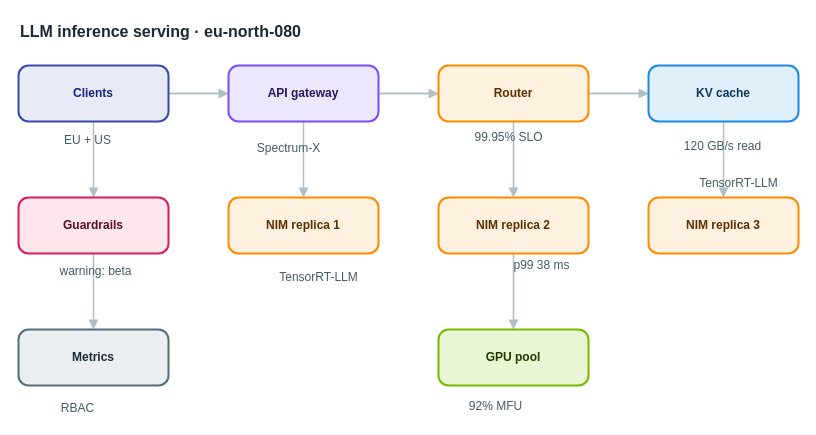
AryanG01/open-apprentice keeps this draw.io diagram as apps/web/public/samples/library/080-llm-inference-serving.drawio. Above is the earlier version. Source tidied: cells renumbered, new cells numbered last; positions are measured from the earlier drawing's top-left corner, leaving out a move shared by most shapes. Both pictures are drawn from the tidied source at 100%, with x=0, y=0 at pixel (18, 17).
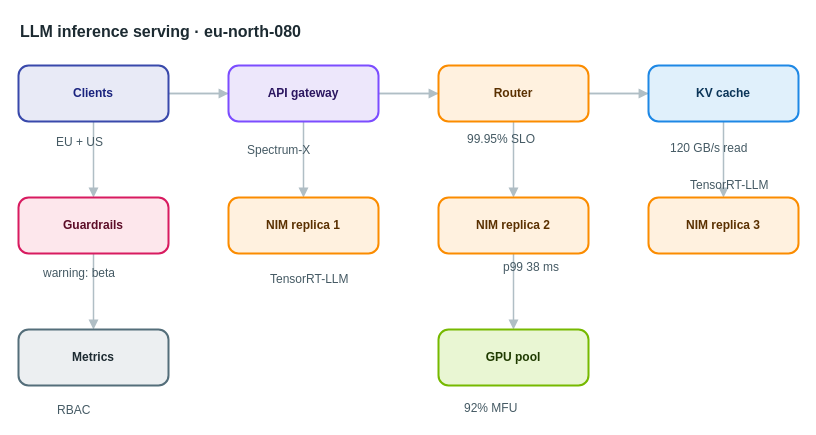
The same diagram, later.

What changed in the source:
```diff
@@
-    <mxCell id="22" value="EU + US" style="text;html=1;align=center;verticalAlign=middle;whiteSpace=nowrap;strokeColor=none;fillColor=none;fontSize=12;fontColor=#455a64;" parent="1" vertex="1">
+    <mxCell id="22" value="EU + US" style="text;html=1;align=left;verticalAlign=top;whiteSpace=nowrap;spacing=0;spacingTop=0;strokeColor=none;fillColor=none;fontSize=12;fontColor=#455a64;" parent="1" vertex="1">
       <mxGeometry x="38" y="113" width="61" height="20" as="geometry" />
     </mxCell>
-    <mxCell id="23" value="Spectrum-X" style="text;html=1;align=center;verticalAlign=middle;whiteSpace=nowrap;strokeColor=none;fillColor=none;fontSize=12;fontColor=#455a64;" parent="1" vertex="1">
+    <mxCell id="23" value="Spectrum-X" style="text;html=1;align=left;verticalAlign=top;whiteSpace=nowrap;spacing=0;spacingTop=0;strokeColor=none;fillColor=none;fontSize=12;fontColor=#455a64;" parent="1" vertex="1">
       <mxGeometry x="229" y="121" width="82" height="20" as="geometry" />
     </mxCell>
-    <mxCell id="24" value="99.95% SLO" style="text;html=1;align=center;verticalAlign=middle;whiteSpace=nowrap;strokeColor=none;fillColor=none;fontSize=12;fontColor=#455a64;" parent="1" vertex="1">
+    <mxCell id="24" value="99.95% SLO" style="text;html=1;align=left;verticalAlign=top;whiteSpace=nowrap;spacing=0;spacingTop=0;strokeColor=none;fillColor=none;fontSize=12;fontColor=#455a64;" parent="1" vertex="1">
       <mxGeometry x="449" y="110" width="82" height="20" as="geometry" />
     </mxCell>
-    <mxCell id="25" value="TensorRT-LLM" style="text;html=1;align=center;verticalAlign=middle;whiteSpace=nowrap;strokeColor=none;fillColor=none;fontSize=12;fontColor=#455a64;" parent="1" vertex="1">
+    <mxCell id="25" value="TensorRT-LLM" style="text;html=1;align=left;verticalAlign=top;whiteSpace=nowrap;spacing=0;spacingTop=0;strokeColor=none;fillColor=none;fontSize=12;fontColor=#455a64;" parent="1" vertex="1">
       <mxGeometry x="252" y="250" width="96" height="20" as="geometry" />
     </mxCell>
-    <mxCell id="26" value="p99 38 ms" style="text;html=1;align=center;verticalAlign=middle;whiteSpace=nowrap;strokeColor=none;fillColor=none;fontSize=12;fontColor=#455a64;" parent="1" vertex="1">
+    <mxCell id="26" value="p99 38 ms" style="text;html=1;align=left;verticalAlign=top;whiteSpace=nowrap;spacing=0;spacingTop=0;strokeColor=none;fillColor=none;fontSize=12;fontColor=#455a64;" parent="1" vertex="1">
       <mxGeometry x="485" y="238" width="75" height="20" as="geometry" />
     </mxCell>
-    <mxCell id="27" value="TensorRT-LLM" style="text;html=1;align=center;verticalAlign=middle;whiteSpace=nowrap;strokeColor=none;fillColor=none;fontSize=12;fontColor=#455a64;" parent="1" vertex="1">
+    <mxCell id="27" value="TensorRT-LLM" style="text;html=1;align=left;verticalAlign=top;whiteSpace=nowrap;spacing=0;spacingTop=0;strokeColor=none;fillColor=none;fontSize=12;fontColor=#455a64;" parent="1" vertex="1">
       <mxGeometry x="672" y="156" width="96" height="20" as="geometry" />
     </mxCell>
-    <mxCell id="28" value="120 GB/s read" style="text;html=1;align=center;verticalAlign=middle;whiteSpace=nowrap;strokeColor=none;fillColor=none;fontSize=12;fontColor=#455a64;" parent="1" vertex="1">
+    <mxCell id="28" value="120 GB/s read" style="text;html=1;align=left;verticalAlign=top;whiteSpace=nowrap;spacing=0;spacingTop=0;strokeColor=none;fillColor=none;fontSize=12;fontColor=#455a64;" parent="1" vertex="1">
       <mxGeometry x="652" y="119" width="103" height="20" as="geometry" />
     </mxCell>
-    <mxCell id="29" value="92% MFU" style="text;html=1;align=center;verticalAlign=middle;whiteSpace=nowrap;strokeColor=none;fillColor=none;fontSize=12;fontColor=#455a64;" parent="1" vertex="1">
+    <mxCell id="29" value="92% MFU" style="text;html=1;align=left;verticalAlign=top;whiteSpace=nowrap;spacing=0;spacingTop=0;strokeColor=none;fillColor=none;fontSize=12;fontColor=#455a64;" parent="1" vertex="1">
       <mxGeometry x="446" y="379" width="61" height="20" as="geometry" />
     </mxCell>
-    <mxCell id="30" value="warning: beta" style="text;html=1;align=center;verticalAlign=middle;whiteSpace=nowrap;strokeColor=none;fillColor=none;fontSize=12;fontColor=#455a64;" parent="1" vertex="1">
+    <mxCell id="30" value="warning: beta" style="text;html=1;align=left;verticalAlign=top;whiteSpace=nowrap;spacing=0;spacingTop=0;strokeColor=none;fillColor=none;fontSize=12;fontColor=#455a64;" parent="1" vertex="1">
       <mxGeometry x="25" y="244" width="103" height="20" as="geometry" />
     </mxCell>
-    <mxCell id="31" value="RBAC" style="text;html=1;align=center;verticalAlign=middle;whiteSpace=nowrap;strokeColor=none;fillColor=none;fontSize=12;fontColor=#455a64;" parent="1" vertex="1">
+    <mxCell id="31" value="RBAC" style="text;html=1;align=left;verticalAlign=top;whiteSpace=nowrap;spacing=0;spacingTop=0;strokeColor=none;fillColor=none;fontSize=12;fontColor=#455a64;" parent="1" vertex="1">
       <mxGeometry x="39" y="381" width="40" height="20" as="geometry" />
     </mxCell>
```
